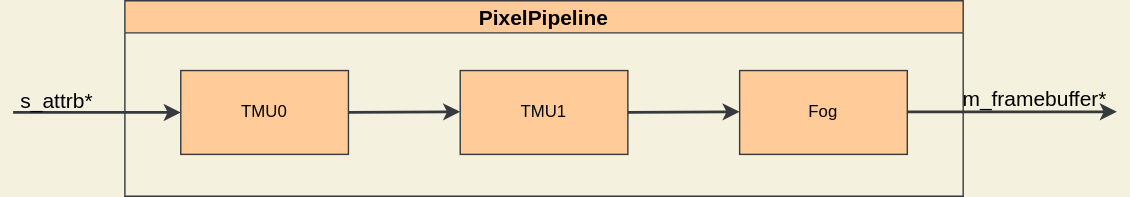
Before: pictures/PixelPipeline.drawio.svg, a diagram exported from draw.io (ToNi3141/Rasterix). Source tidied: cells renumbered, new cells last; positions are measured from the earlier drawing's top-left corner, leaving out a move shared by most shapes.
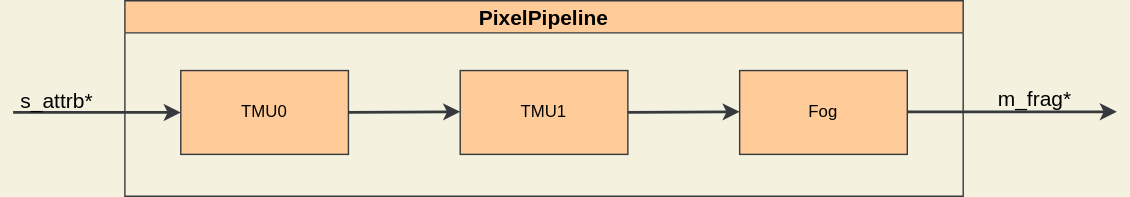
Later version of the same file.

What changed in the source:
```diff
@@ -20,7 +20,7 @@
         <mxPoint x="710" y="79.5" as="targetPoint" />
       </mxGeometry>
     </mxCell>
-    <mxCell id="7" value="m_framebuffer*" style="edgeLabel;html=1;align=center;verticalAlign=middle;fontColor=#000000;labelBackgroundColor=none;fontSize=15;" parent="6" vertex="1">
+    <mxCell id="7" value="m_frag*" style="edgeLabel;html=1;align=center;verticalAlign=middle;fontColor=#000000;labelBackgroundColor=none;fontSize=15;" parent="6" vertex="1">
       <mxGeometry x="-0.44" relative="1" as="geometry">
         <mxPoint x="48" y="-10" as="offset" />
       </mxGeometry>
```
